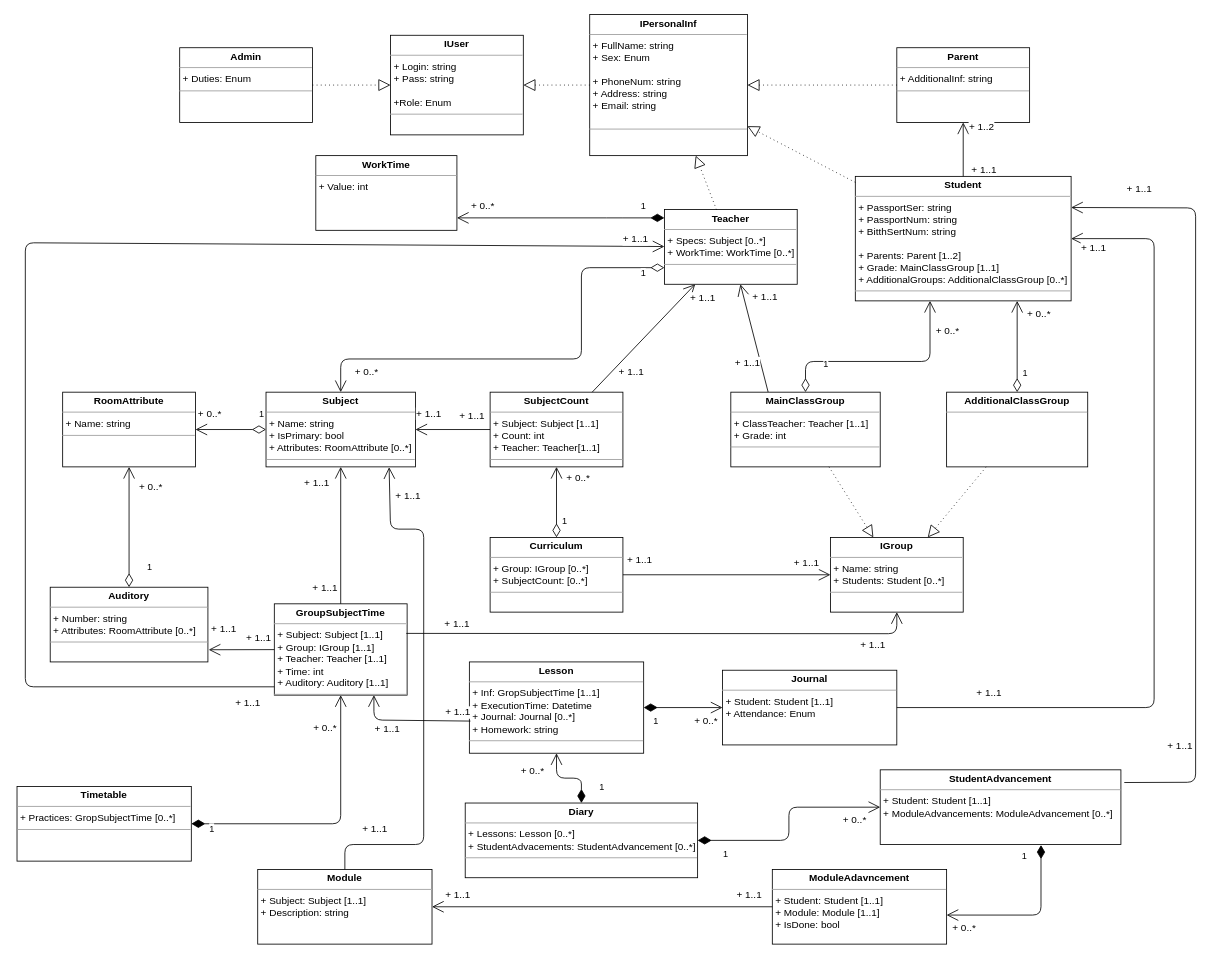
Earlier version of the draw.io diagram EF-1.drawio (Timur-Faskhutdinov/E-education_TF). Source tidied: cells renumbered, new cells numbered last; positions are measured from the earlier drawing's top-left corner, leaving out a move shared by most shapes. Both pictures are drawn from the tidied source at 83%, with x=0, y=0 at pixel (17, 14).
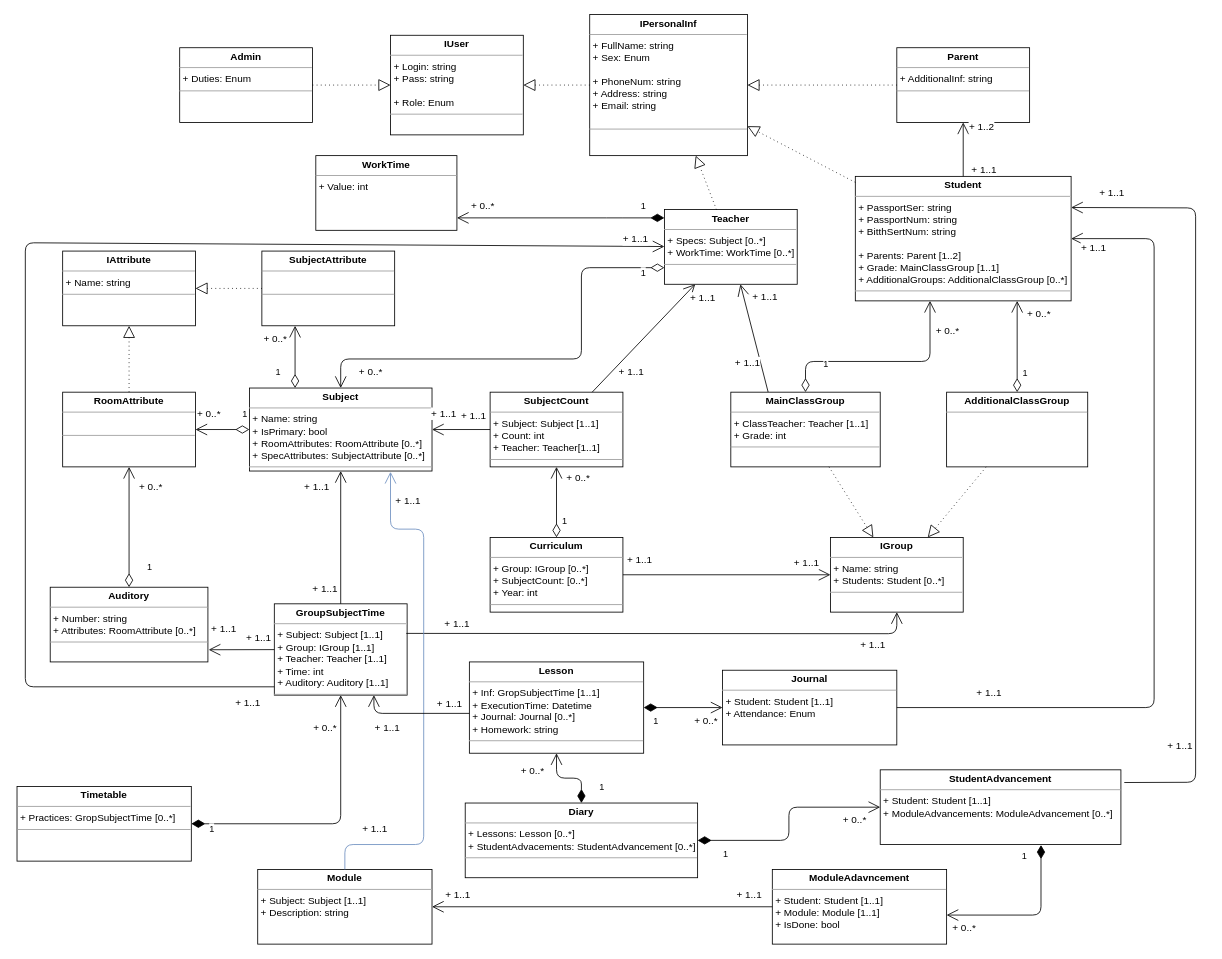
The same diagram, later.

Unchanged cells that the change refers to:
```xml
<mxCell id="44" value="&lt;p style=&quot;margin: 0px ; margin-top: 4px ; text-align: center&quot;&gt;&lt;b&gt;GroupSubjectTime&lt;/b&gt;&lt;/p&gt;&lt;hr size=&quot;1&quot;&gt;&lt;p style=&quot;margin: 0px ; margin-left: 4px&quot;&gt;+ Subject: Subject [1..1]&lt;br&gt;&lt;/p&gt;&lt;p style=&quot;margin: 0px ; margin-left: 4px&quot;&gt;+ Group: IGroup [1..1]&lt;/p&gt;&lt;p style=&quot;margin: 0px ; margin-left: 4px&quot;&gt;+ Teacher: Teacher [1..1]&lt;/p&gt;&lt;p style=&quot;margin: 0px ; margin-left: 4px&quot;&gt;+ Time: int&lt;/p&gt;&lt;p style=&quot;margin: 0px ; margin-left: 4px&quot;&gt;+ Auditory: Auditory [1..1]&lt;/p&gt;&lt;hr size=&quot;1&quot;&gt;&lt;p style=&quot;margin: 0px ; margin-left: 4px&quot;&gt;&lt;br&gt;&lt;/p&gt;" style="verticalAlign=top;align=left;overflow=fill;fontSize=12;fontFamily=Helvetica;html=1;" parent="1" vertex="1">
  <mxGeometry x="310" y="710" width="160" height="110" as="geometry" />
</mxCell>
<mxCell id="71" value="&lt;p style=&quot;margin: 0px ; margin-top: 4px ; text-align: center&quot;&gt;&lt;b&gt;Lesson&lt;/b&gt;&lt;/p&gt;&lt;hr size=&quot;1&quot;&gt;&lt;p style=&quot;margin: 0px ; margin-left: 4px&quot;&gt;+ Inf: GropSubjectTime [1..1]&lt;br&gt;&lt;/p&gt;&lt;p style=&quot;margin: 0px ; margin-left: 4px&quot;&gt;+ ExecutionTime: Datetime&lt;/p&gt;&lt;p style=&quot;margin: 0px ; margin-left: 4px&quot;&gt;+ Journal: Journal [0..*]&amp;nbsp;&lt;/p&gt;&lt;p style=&quot;margin: 0px ; margin-left: 4px&quot;&gt;&lt;span&gt;+ Homework: string&lt;/span&gt;&lt;/p&gt;&lt;hr size=&quot;1&quot;&gt;&lt;p style=&quot;margin: 0px ; margin-left: 4px&quot;&gt;&lt;br&gt;&lt;/p&gt;" style="verticalAlign=top;align=left;overflow=fill;fontSize=12;fontFamily=Helvetica;html=1;" parent="1" vertex="1">
  <mxGeometry x="545" y="780" width="210" height="110" as="geometry" />
</mxCell>
<mxCell id="77" value="&lt;p style=&quot;margin: 0px ; margin-top: 4px ; text-align: center&quot;&gt;&lt;b&gt;Module&lt;/b&gt;&lt;/p&gt;&lt;hr size=&quot;1&quot;&gt;&lt;p style=&quot;margin: 0px ; margin-left: 4px&quot;&gt;+ Subject: Subject [1..1]&lt;br&gt;&lt;/p&gt;&lt;p style=&quot;margin: 0px ; margin-left: 4px&quot;&gt;+ Description: string&lt;/p&gt;" style="verticalAlign=top;align=left;overflow=fill;fontSize=12;fontFamily=Helvetica;html=1;" parent="1" vertex="1">
  <mxGeometry x="290" y="1030" width="210" height="90" as="geometry" />
</mxCell>
<mxCell id="78" style="endArrow=open;endFill=1;endSize=12;html=1;exitX=1.014;exitY=0.17;exitDx=0;exitDy=0;exitPerimeter=0;entryX=1;entryY=0.25;entryDx=0;entryDy=0;" parent="1" edge="1" source="76" target="2">
  <mxGeometry relative="1" as="geometry">
    <Array as="points">
      <mxPoint x="1420" y="925" />
      <mxPoint x="1420" y="233" />
    </Array>
  </mxGeometry>
</mxCell>
```

Change to the diagram source:
```diff
@@
-    <mxCell id="16" value="&lt;p style=&quot;margin: 0px ; margin-top: 4px ; text-align: center&quot;&gt;&lt;b&gt;Subject&lt;/b&gt;&lt;/p&gt;&lt;hr size=&quot;1&quot;&gt;&lt;p style=&quot;margin: 0px ; margin-left: 4px&quot;&gt;+ Name: string&lt;/p&gt;&lt;p style=&quot;margin: 0px ; margin-left: 4px&quot;&gt;+ IsPrimary: bool&lt;/p&gt;&lt;p style=&quot;margin: 0px ; margin-left: 4px&quot;&gt;+ Attributes: RoomAttribute [0..*]&lt;/p&gt;&lt;hr size=&quot;1&quot;&gt;&lt;p style=&quot;margin: 0px ; margin-left: 4px&quot;&gt;&lt;br&gt;&lt;/p&gt;" style="verticalAlign=top;align=left;overflow=fill;fontSize=12;fontFamily=Helvetica;html=1;" parent="1" vertex="1">
-      <mxGeometry x="300" y="455" width="180" height="90" as="geometry" />
+    <mxCell id="16" value="&lt;p style=&quot;margin: 0px ; margin-top: 4px ; text-align: center&quot;&gt;&lt;b&gt;Subject&lt;/b&gt;&lt;/p&gt;&lt;hr size=&quot;1&quot;&gt;&lt;p style=&quot;margin: 0px ; margin-left: 4px&quot;&gt;+ Name: string&lt;/p&gt;&lt;p style=&quot;margin: 0px ; margin-left: 4px&quot;&gt;+ IsPrimary: bool&lt;/p&gt;&lt;p style=&quot;margin: 0px ; margin-left: 4px&quot;&gt;+ RoomAttributes: RoomAttribute [0..*]&lt;/p&gt;&lt;p style=&quot;margin: 0px ; margin-left: 4px&quot;&gt;+ SpecAttributes: SubjectAttribute [0..*]&lt;/p&gt;&lt;hr size=&quot;1&quot;&gt;&lt;p style=&quot;margin: 0px ; margin-left: 4px&quot;&gt;&lt;br&gt;&lt;/p&gt;" style="verticalAlign=top;align=left;overflow=fill;fontSize=12;fontFamily=Helvetica;html=1;" parent="1" vertex="1">
+      <mxGeometry x="280" y="450" width="220" height="100" as="geometry" />
     </mxCell>
@@
-    <mxCell id="19" value="&lt;p style=&quot;margin: 0px ; margin-top: 4px ; text-align: center&quot;&gt;&lt;b&gt;Сurriculum&lt;/b&gt;&lt;br&gt;&lt;/p&gt;&lt;hr size=&quot;1&quot;&gt;&lt;p style=&quot;margin: 0px ; margin-left: 4px&quot;&gt;+ Group: IGroup [0..*]&lt;br&gt;&lt;/p&gt;&lt;p style=&quot;margin: 0px ; margin-left: 4px&quot;&gt;+ SubjectCount: [0..*]&lt;/p&gt;&lt;hr size=&quot;1&quot;&gt;&lt;p style=&quot;margin: 0px ; margin-left: 4px&quot;&gt;&lt;br&gt;&lt;/p&gt;" style="verticalAlign=top;align=left;overflow=fill;fontSize=12;fontFamily=Helvetica;html=1;" parent="1" vertex="1">
+    <mxCell id="19" value="&lt;p style=&quot;margin: 0px ; margin-top: 4px ; text-align: center&quot;&gt;&lt;b&gt;Сurriculum&lt;/b&gt;&lt;br&gt;&lt;/p&gt;&lt;hr size=&quot;1&quot;&gt;&lt;p style=&quot;margin: 0px ; margin-left: 4px&quot;&gt;+ Group: IGroup [0..*]&lt;br&gt;&lt;/p&gt;&lt;p style=&quot;margin: 0px ; margin-left: 4px&quot;&gt;+ SubjectCount: [0..*]&lt;/p&gt;&lt;p style=&quot;margin: 0px ; margin-left: 4px&quot;&gt;+ Year: int&lt;/p&gt;&lt;hr size=&quot;1&quot;&gt;&lt;p style=&quot;margin: 0px ; margin-left: 4px&quot;&gt;&lt;br&gt;&lt;/p&gt;" style="verticalAlign=top;align=left;overflow=fill;fontSize=12;fontFamily=Helvetica;html=1;" parent="1" vertex="1">
       <mxGeometry x="570" y="630" width="160" height="90" as="geometry" />
     </mxCell>
@@
-    <mxCell id="22" value="&lt;p style=&quot;margin: 0px ; margin-top: 4px ; text-align: center&quot;&gt;&lt;b&gt;IUser&lt;/b&gt;&lt;/p&gt;&lt;hr size=&quot;1&quot;&gt;&lt;p style=&quot;margin: 0px ; margin-left: 4px&quot;&gt;+ Login: string&lt;/p&gt;&lt;p style=&quot;margin: 0px ; margin-left: 4px&quot;&gt;+ Pass: string&lt;/p&gt;&lt;p style=&quot;margin: 0px ; margin-left: 4px&quot;&gt;&lt;br&gt;&lt;/p&gt;&lt;p style=&quot;margin: 0px ; margin-left: 4px&quot;&gt;+Role: Enum&lt;/p&gt;&lt;hr size=&quot;1&quot;&gt;&lt;p style=&quot;margin: 0px ; margin-left: 4px&quot;&gt;&lt;br&gt;&lt;/p&gt;" style="verticalAlign=top;align=left;overflow=fill;fontSize=12;fontFamily=Helvetica;html=1;" parent="1" vertex="1">
+    <mxCell id="22" value="&lt;p style=&quot;margin: 0px ; margin-top: 4px ; text-align: center&quot;&gt;&lt;b&gt;IUser&lt;/b&gt;&lt;/p&gt;&lt;hr size=&quot;1&quot;&gt;&lt;p style=&quot;margin: 0px ; margin-left: 4px&quot;&gt;+ Login: string&lt;/p&gt;&lt;p style=&quot;margin: 0px ; margin-left: 4px&quot;&gt;+ Pass: string&lt;/p&gt;&lt;p style=&quot;margin: 0px ; margin-left: 4px&quot;&gt;&lt;br&gt;&lt;/p&gt;&lt;p style=&quot;margin: 0px ; margin-left: 4px&quot;&gt;+ Role: Enum&lt;/p&gt;&lt;hr size=&quot;1&quot;&gt;&lt;p style=&quot;margin: 0px ; margin-left: 4px&quot;&gt;&lt;br&gt;&lt;/p&gt;" style="verticalAlign=top;align=left;overflow=fill;fontSize=12;fontFamily=Helvetica;html=1;" parent="1" vertex="1">
       <mxGeometry x="450" y="25" width="160" height="120" as="geometry" />
     </mxCell>
@@
-    <mxCell id="61" value="&lt;p style=&quot;margin: 0px ; margin-top: 4px ; text-align: center&quot;&gt;&lt;b&gt;RoomAttribute&lt;/b&gt;&lt;/p&gt;&lt;hr size=&quot;1&quot;&gt;&lt;p style=&quot;margin: 0px ; margin-left: 4px&quot;&gt;+ Name: string&lt;/p&gt;&lt;hr size=&quot;1&quot;&gt;&lt;p style=&quot;margin: 0px ; margin-left: 4px&quot;&gt;&lt;br&gt;&lt;/p&gt;" style="verticalAlign=top;align=left;overflow=fill;fontSize=12;fontFamily=Helvetica;html=1;" parent="1" vertex="1">
+    <mxCell id="61" value="&lt;p style=&quot;margin: 0px ; margin-top: 4px ; text-align: center&quot;&gt;&lt;b&gt;RoomAttribute&lt;/b&gt;&lt;/p&gt;&lt;hr size=&quot;1&quot;&gt;&lt;p style=&quot;margin: 0px ; margin-left: 4px&quot;&gt;&lt;br&gt;&lt;/p&gt;&lt;hr size=&quot;1&quot;&gt;&lt;p style=&quot;margin: 0px ; margin-left: 4px&quot;&gt;&lt;br&gt;&lt;/p&gt;" style="verticalAlign=top;align=left;overflow=fill;fontSize=12;fontFamily=Helvetica;html=1;" parent="1" vertex="1">
       <mxGeometry x="55" y="455" width="160" height="90" as="geometry" />
     </mxCell>
+    <mxCell id="99" value="&lt;p style=&quot;margin: 0px ; margin-top: 4px ; text-align: center&quot;&gt;&lt;b&gt;IAttribute&lt;/b&gt;&lt;/p&gt;&lt;hr size=&quot;1&quot;&gt;&lt;p style=&quot;margin: 0px ; margin-left: 4px&quot;&gt;+ Name: string&lt;/p&gt;&lt;hr size=&quot;1&quot;&gt;&lt;p style=&quot;margin: 0px ; margin-left: 4px&quot;&gt;&lt;br&gt;&lt;/p&gt;" style="verticalAlign=top;align=left;overflow=fill;fontSize=12;fontFamily=Helvetica;html=1;" parent="1" vertex="1">
+      <mxGeometry x="55" y="285" width="160" height="90" as="geometry" />
+    </mxCell>
+    <mxCell id="100" value="&lt;p style=&quot;margin: 0px ; margin-top: 4px ; text-align: center&quot;&gt;&lt;b&gt;SubjectAttribute&lt;/b&gt;&lt;/p&gt;&lt;hr size=&quot;1&quot;&gt;&lt;p style=&quot;margin: 0px ; margin-left: 4px&quot;&gt;&lt;br&gt;&lt;/p&gt;&lt;hr size=&quot;1&quot;&gt;&lt;p style=&quot;margin: 0px ; margin-left: 4px&quot;&gt;&lt;br&gt;&lt;/p&gt;" style="verticalAlign=top;align=left;overflow=fill;fontSize=12;fontFamily=Helvetica;html=1;" parent="1" vertex="1">
+      <mxGeometry x="295" y="285" width="160" height="90" as="geometry" />
+    </mxCell>
@@
     <mxCell id="68" value="1" style="endArrow=open;html=1;endSize=12;startArrow=diamondThin;startSize=14;startFill=0;edgeStyle=orthogonalEdgeStyle;align=left;verticalAlign=bottom;" parent="1" edge="1" source="16" target="61">
-      <mxGeometry x="-0.76" y="-10" relative="1" as="geometry" />
+      <mxGeometry x="-0.69" y="-10" relative="1" as="geometry" />
     </mxCell>
     <mxCell id="69" value="+ 0..*" style="text;html=1;align=center;verticalAlign=middle;labelBackgroundColor=#ffffff;" parent="68" vertex="1">
       <mxGeometry x="0.75" y="-2" relative="1" as="geometry">
-        <mxPoint x="5" y="-18" as="offset" />
+        <mxPoint x="7" y="-18" as="offset" />
       </mxGeometry>
     </mxCell>
@@
     <mxCell id="79" value="+ 1..1&lt;br&gt;" style="text;html=1;align=center;verticalAlign=middle;labelBackgroundColor=#ffffff;" parent="78" vertex="1">
       <mxGeometry x="0.81" y="-4" relative="1" as="geometry">
-        <mxPoint x="-6" y="-19" as="offset" />
+        <mxPoint x="-39" y="-14" as="offset" />
       </mxGeometry>
     </mxCell>
@@
-    <mxCell id="82" style="endArrow=open;endFill=1;endSize=12;html=1;entryX=0.824;entryY=1.004;entryDx=0;entryDy=0;entryPerimeter=0;" parent="1" edge="1" source="77" target="16">
+    <mxCell id="82" style="endArrow=open;endFill=1;endSize=12;html=1;fillColor=#dae8fc;strokeColor=#6c8ebf;" parent="1" edge="1" source="77">
       <mxGeometry relative="1" as="geometry">
+        <mxPoint x="450" y="551" as="targetPoint" />
         <Array as="points">
           <mxPoint x="395" y="1000" />
           <mxPoint x="490" y="1000" />
           <mxPoint x="490" y="620" />
           <mxPoint x="450" y="620" />
         </Array>
       </mxGeometry>
     </mxCell>
@@
-    <mxCell id="96" style="endArrow=open;endFill=1;endSize=12;html=1;entryX=0.75;entryY=1;entryDx=0;entryDy=0;exitX=0.006;exitY=0.648;exitDx=0;exitDy=0;exitPerimeter=0;" parent="1" edge="1" source="71" target="44">
+    <mxCell id="96" style="endArrow=open;endFill=1;endSize=12;html=1;entryX=0.75;entryY=1;entryDx=0;entryDy=0;" parent="1" edge="1" target="44">
       <mxGeometry relative="1" as="geometry">
+        <mxPoint x="545" y="842" as="sourcePoint" />
         <Array as="points">
-          <mxPoint x="430" y="850" />
+          <mxPoint x="430" y="842" />
         </Array>
       </mxGeometry>
     </mxCell>
@@
     <mxCell id="98" value="+ 1..1&lt;br&gt;" style="text;html=1;align=center;verticalAlign=middle;labelBackgroundColor=#ffffff;" parent="96" vertex="1">
       <mxGeometry x="-0.75" y="1" relative="1" as="geometry">
-        <mxPoint x="2" y="-12" as="offset" />
+        <mxPoint x="-8" y="-13" as="offset" />
       </mxGeometry>
     </mxCell>
+    <mxCell id="101" style="endArrow=block;dashed=1;endFill=0;endSize=12;html=1;dashPattern=1 4;" parent="1" edge="1" source="61" target="99">
+      <mxGeometry relative="1" as="geometry" />
+    </mxCell>
+    <mxCell id="102" style="endArrow=block;dashed=1;endFill=0;endSize=12;html=1;dashPattern=1 4;" parent="1" edge="1" source="100" target="99">
+      <mxGeometry relative="1" as="geometry" />
+    </mxCell>
+    <mxCell id="103" value="1" style="endArrow=open;html=1;endSize=12;startArrow=diamondThin;startSize=14;startFill=0;edgeStyle=orthogonalEdgeStyle;align=left;verticalAlign=bottom;entryX=0.25;entryY=1;entryDx=0;entryDy=0;exitX=0.25;exitY=0;exitDx=0;exitDy=0;" parent="1" edge="1" source="16" target="100">
+      <mxGeometry x="-0.73" y="25" relative="1" as="geometry" />
+    </mxCell>
+    <mxCell id="104" value="+ 0..*" style="text;html=1;align=center;verticalAlign=middle;labelBackgroundColor=#ffffff;" parent="103" vertex="1">
+      <mxGeometry x="0.75" y="-2" relative="1" as="geometry">
+        <mxPoint x="-27" y="6" as="offset" />
+      </mxGeometry>
+    </mxCell>
```
